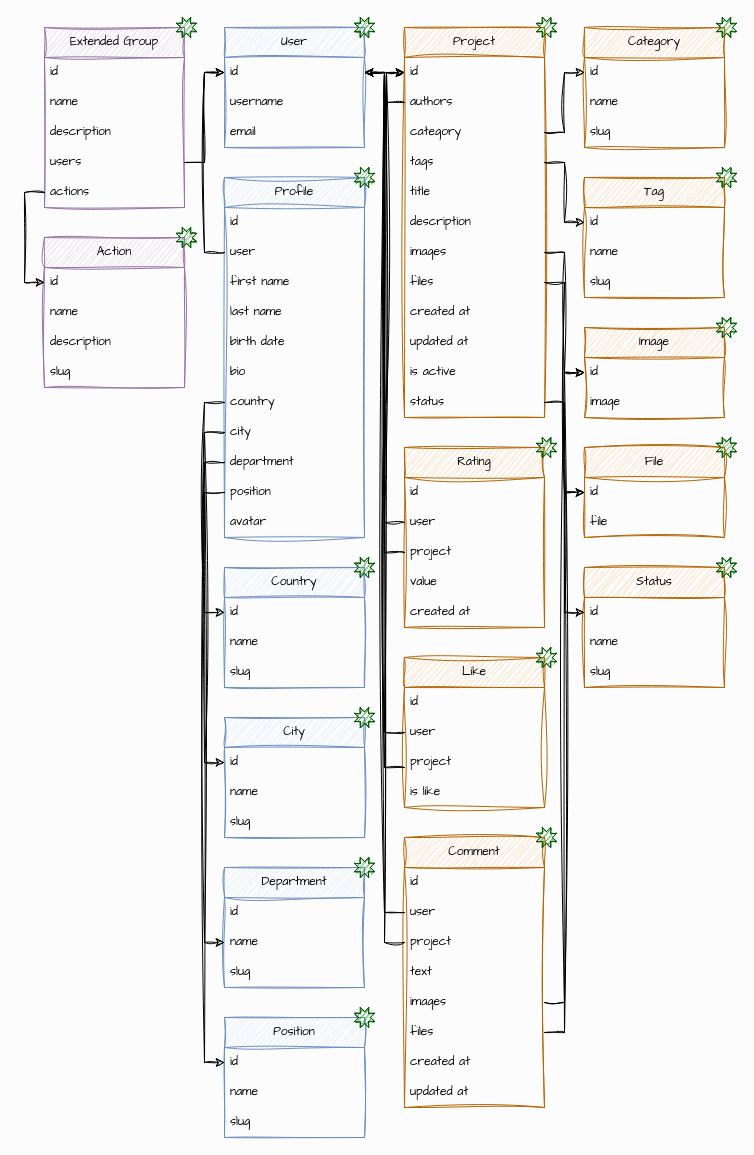
SirDalbag/django-drf-business keeps this draw.io diagram as scheme.drawio. Above is the earlier version. Source tidied: cells renumbered, new cells numbered last; positions are measured from the earlier drawing's top-left corner, leaving out a move shared by most shapes. Both pictures are drawn from the tidied source at 100%, with x=0, y=0 at pixel (44, 17).
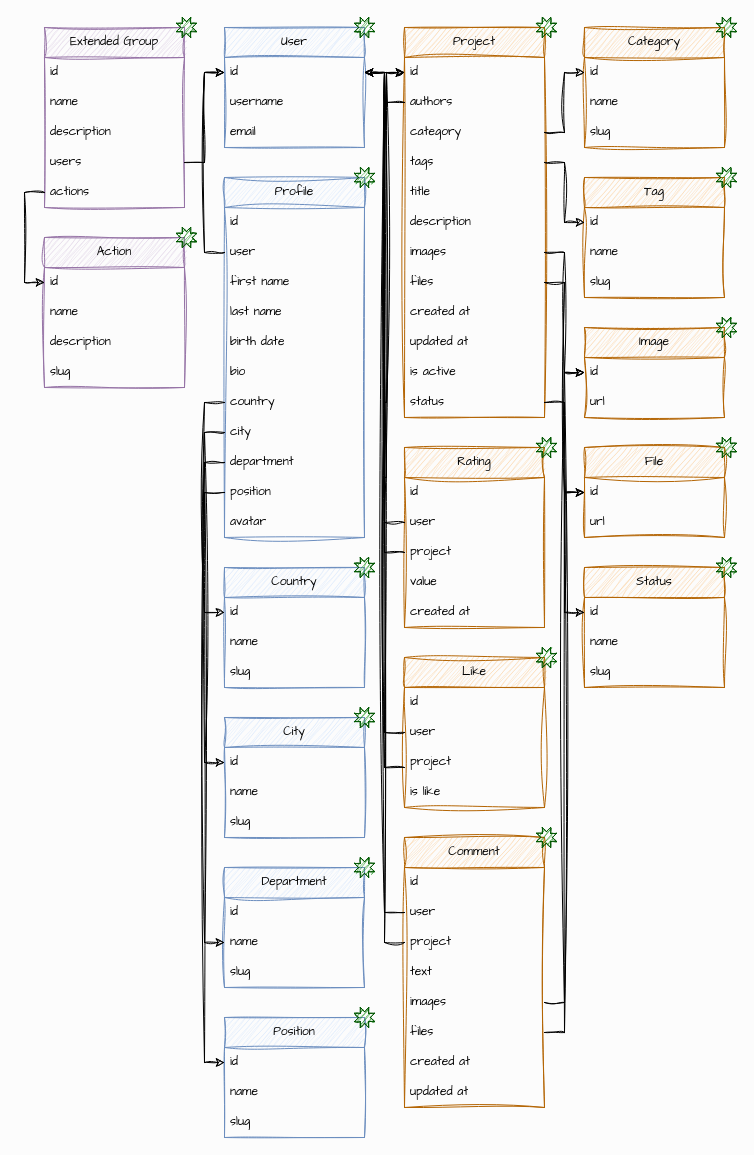
Above is the later version.

Unchanged cells that the change refers to:
```xml
<mxCell id="101" value="Image" style="swimlane;fontStyle=0;horizontal=1;startSize=30;whiteSpace=wrap;html=1;hachureGap=4;fontFamily=Architects Daughter;fillColor=#fad7ac;strokeColor=#b46504;sketch=1;curveFitting=1;jiggle=2;" parent="1" vertex="1">
  <mxGeometry x="540" y="310" width="140" height="90" as="geometry" />
</mxCell>
<mxCell id="104" value="File" style="swimlane;fontStyle=0;horizontal=1;startSize=30;whiteSpace=wrap;html=1;hachureGap=4;fontFamily=Architects Daughter;fillColor=#fad7ac;strokeColor=#b46504;sketch=1;curveFitting=1;jiggle=2;" parent="1" vertex="1">
  <mxGeometry x="540" y="430" width="140" height="90" as="geometry" />
</mxCell>
```

What changed in the source:
```diff
@@
-    <mxCell id="103" value="image" style="text;strokeColor=none;fillColor=none;align=left;verticalAlign=middle;spacingLeft=4;spacingRight=4;overflow=hidden;whiteSpace=wrap;html=1;fontFamily=Architects Daughter;sketch=1;curveFitting=1;jiggle=2;" parent="101" vertex="1">
+    <mxCell id="103" value="url" style="text;strokeColor=none;fillColor=none;align=left;verticalAlign=middle;spacingLeft=4;spacingRight=4;overflow=hidden;whiteSpace=wrap;html=1;fontFamily=Architects Daughter;sketch=1;curveFitting=1;jiggle=2;" parent="101" vertex="1">
       <mxGeometry y="60" width="140" height="30" as="geometry" />
     </mxCell>
@@
-    <mxCell id="106" value="file" style="text;strokeColor=none;fillColor=none;align=left;verticalAlign=middle;spacingLeft=4;spacingRight=4;overflow=hidden;whiteSpace=wrap;html=1;fontFamily=Architects Daughter;sketch=1;curveFitting=1;jiggle=2;" parent="104" vertex="1">
+    <mxCell id="106" value="url" style="text;strokeColor=none;fillColor=none;align=left;verticalAlign=middle;spacingLeft=4;spacingRight=4;overflow=hidden;whiteSpace=wrap;html=1;fontFamily=Architects Daughter;sketch=1;curveFitting=1;jiggle=2;" parent="104" vertex="1">
       <mxGeometry y="60" width="140" height="30" as="geometry" />
     </mxCell>
```
